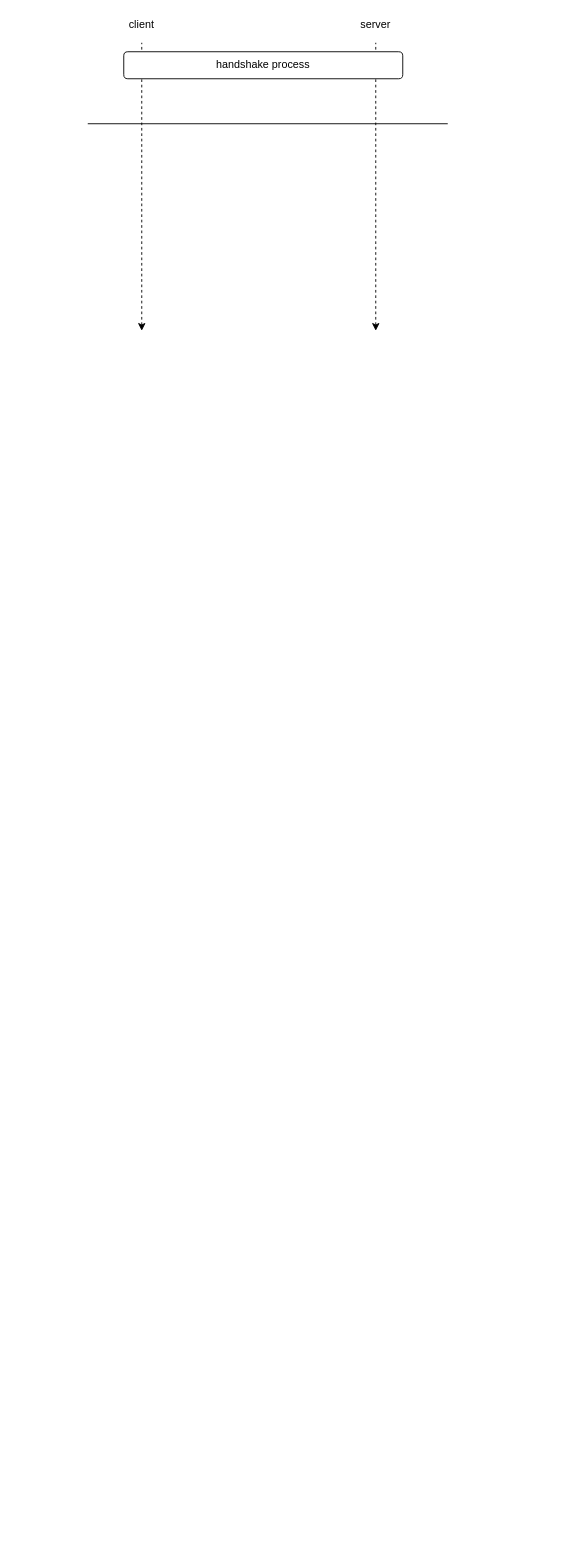
Before: connection.drawio in Cole9712/Reliable-Data-Transfer-Protocol, a draw.io diagram. Source tidied: cells renumbered, new cells numbered last; positions are measured from the earlier drawing's top-left corner, leaving out a move shared by most shapes. Both pictures are drawn from the tidied source at 90%, with x=0, y=0 at pixel (87, 15).
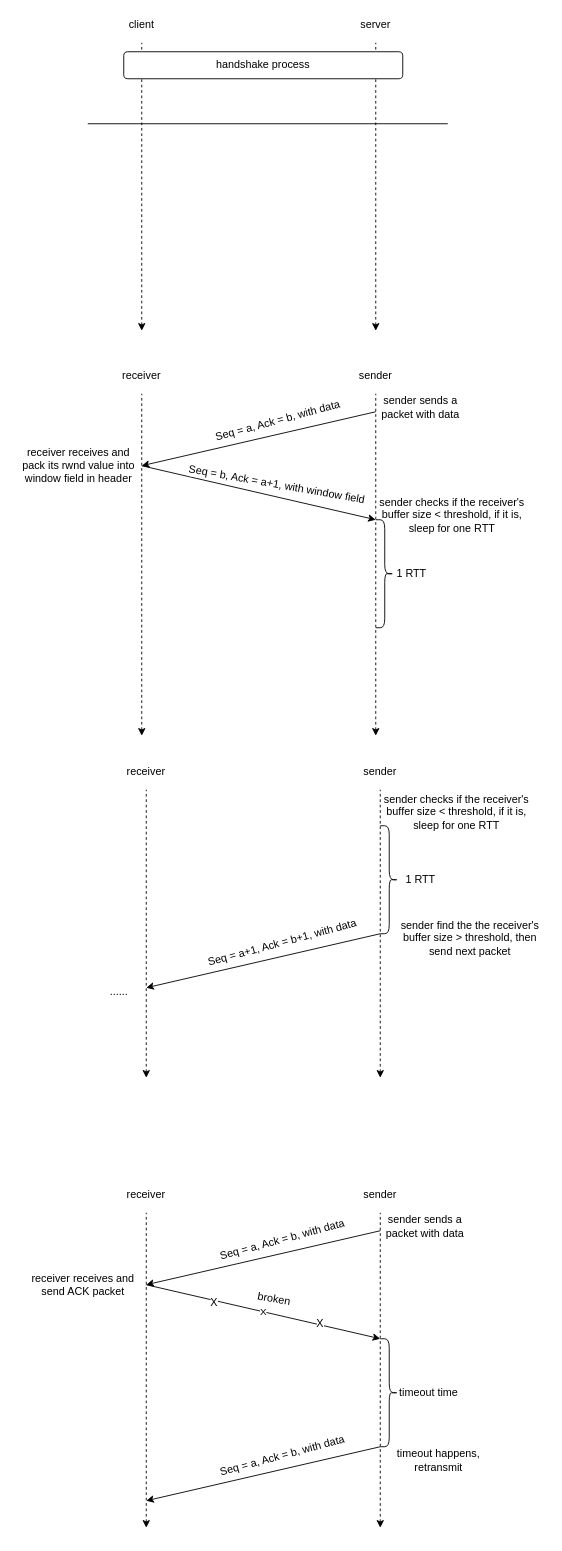
After the change.

Change to the diagram source:
```diff
@@
+    <mxCell id="8" style="endArrow=none;dashed=1;html=1;startArrow=classic;startFill=1;" parent="1" edge="1">
+      <mxGeometry relative="1" as="geometry">
+        <mxPoint x="60" y="800" as="sourcePoint" />
+        <mxPoint x="60" y="420" as="targetPoint" />
+      </mxGeometry>
+    </mxCell>
+    <mxCell id="9" style="endArrow=none;dashed=1;html=1;startArrow=classic;startFill=1;" parent="1" edge="1">
+      <mxGeometry relative="1" as="geometry">
+        <mxPoint x="320" y="800" as="sourcePoint" />
+        <mxPoint x="320" y="420" as="targetPoint" />
+      </mxGeometry>
+    </mxCell>
+    <mxCell id="10" value="receiver" style="text;html=1;strokeColor=none;fillColor=none;align=center;verticalAlign=middle;whiteSpace=wrap;rounded=0;" parent="1" vertex="1">
+      <mxGeometry x="40" y="390" width="40" height="20" as="geometry" />
+    </mxCell>
+    <mxCell id="11" value="sender" style="text;html=1;strokeColor=none;fillColor=none;align=center;verticalAlign=middle;whiteSpace=wrap;rounded=0;" parent="1" vertex="1">
+      <mxGeometry x="300" y="390" width="40" height="20" as="geometry" />
+    </mxCell>
+    <mxCell id="12" style="endArrow=classic;html=1;" parent="1" edge="1">
+      <mxGeometry relative="1" as="geometry">
+        <mxPoint x="320" y="440" as="sourcePoint" />
+        <mxPoint x="60" y="500" as="targetPoint" />
+      </mxGeometry>
+    </mxCell>
+    <mxCell id="13" value="&lt;font style=&quot;font-size: 12px;&quot;&gt;Seq = a, Ack = b, with data&lt;/font&gt;" style="edgeLabel;html=1;align=center;verticalAlign=middle;fontSize=12;rotation=-15;" parent="12" vertex="1">
+      <mxGeometry x="-0.15" y="2" relative="1" as="geometry">
+        <mxPoint x="0.4" y="-17.5" as="offset" />
+      </mxGeometry>
+    </mxCell>
+    <mxCell id="14" style="endArrow=classic;html=1;" parent="1" edge="1">
+      <mxGeometry relative="1" as="geometry">
+        <mxPoint x="60" y="500" as="sourcePoint" />
+        <mxPoint x="320" y="560" as="targetPoint" />
+      </mxGeometry>
+    </mxCell>
+    <mxCell id="15" value="&lt;font style=&quot;font-size: 12px&quot;&gt;Seq = b, Ack = a+1, with window field&lt;br style=&quot;font-size: 12px&quot;&gt;&lt;/font&gt;" style="edgeLabel;html=1;align=center;verticalAlign=middle;fontSize=12;rotation=10;" parent="1" vertex="1">
+      <mxGeometry x="210" y="520" as="geometry" />
+    </mxCell>
+    <mxCell id="16" value="sender sends a packet with data " style="text;html=1;strokeColor=none;fillColor=none;align=center;verticalAlign=middle;whiteSpace=wrap;rounded=0;fontSize=12;" parent="1" vertex="1">
+      <mxGeometry x="320" y="410" width="100" height="50" as="geometry" />
+    </mxCell>
+    <mxCell id="17" value="receiver receives and pack its rwnd value into window field in header" style="text;html=1;strokeColor=none;fillColor=none;align=center;verticalAlign=middle;whiteSpace=wrap;rounded=0;fontSize=12;" parent="1" vertex="1">
+      <mxGeometry x="-80" y="460" width="140" height="80" as="geometry" />
+    </mxCell>
+    <mxCell id="18" value="sender checks if the receiver's buffer size &amp;lt; threshold, if it is, sleep for one RTT" style="text;html=1;strokeColor=none;fillColor=none;align=center;verticalAlign=middle;whiteSpace=wrap;rounded=0;fontSize=12;" parent="1" vertex="1">
+      <mxGeometry x="320" y="530" width="170" height="50" as="geometry" />
+    </mxCell>
+    <mxCell id="19" style="shape=curlyBracket;whiteSpace=wrap;html=1;rounded=1;flipH=1;fontSize=12;size=0.5;" parent="1" vertex="1">
+      <mxGeometry x="320" y="560" width="20" height="120" as="geometry" />
+    </mxCell>
+    <mxCell id="20" value="1 RTT" style="text;html=1;strokeColor=none;fillColor=none;align=center;verticalAlign=middle;whiteSpace=wrap;rounded=0;fontSize=12;" parent="1" vertex="1">
+      <mxGeometry x="340" y="595" width="40" height="50" as="geometry" />
+    </mxCell>
+    <mxCell id="21" style="endArrow=none;dashed=1;html=1;startArrow=classic;startFill=1;" parent="1" edge="1">
+      <mxGeometry relative="1" as="geometry">
+        <mxPoint x="65" y="1180" as="sourcePoint" />
+        <mxPoint x="65" y="860" as="targetPoint" />
+      </mxGeometry>
+    </mxCell>
+    <mxCell id="22" style="endArrow=none;dashed=1;html=1;startArrow=classic;startFill=1;" parent="1" edge="1">
+      <mxGeometry relative="1" as="geometry">
+        <mxPoint x="325" y="1180" as="sourcePoint" />
+        <mxPoint x="325" y="860" as="targetPoint" />
+      </mxGeometry>
+    </mxCell>
+    <mxCell id="23" value="receiver" style="text;html=1;strokeColor=none;fillColor=none;align=center;verticalAlign=middle;whiteSpace=wrap;rounded=0;" parent="1" vertex="1">
+      <mxGeometry x="45" y="830" width="40" height="20" as="geometry" />
+    </mxCell>
+    <mxCell id="24" value="sender" style="text;html=1;strokeColor=none;fillColor=none;align=center;verticalAlign=middle;whiteSpace=wrap;rounded=0;" parent="1" vertex="1">
+      <mxGeometry x="305" y="830" width="40" height="20" as="geometry" />
+    </mxCell>
+    <mxCell id="25" value="sender checks if the receiver's buffer size &amp;lt; threshold, if it is, sleep for one RTT" style="text;html=1;strokeColor=none;fillColor=none;align=center;verticalAlign=middle;whiteSpace=wrap;rounded=0;fontSize=12;" parent="1" vertex="1">
+      <mxGeometry x="325" y="860" width="170" height="50" as="geometry" />
+    </mxCell>
+    <mxCell id="26" style="shape=curlyBracket;whiteSpace=wrap;html=1;rounded=1;flipH=1;fontSize=12;size=0.5;" parent="1" vertex="1">
+      <mxGeometry x="325" y="900" width="20" height="120" as="geometry" />
+    </mxCell>
+    <mxCell id="27" value="1 RTT" style="text;html=1;strokeColor=none;fillColor=none;align=center;verticalAlign=middle;whiteSpace=wrap;rounded=0;fontSize=12;" parent="1" vertex="1">
+      <mxGeometry x="350" y="935" width="40" height="50" as="geometry" />
+    </mxCell>
+    <mxCell id="28" value="sender find the the receiver's buffer size &amp;gt; threshold, then send next packet" style="text;html=1;strokeColor=none;fillColor=none;align=center;verticalAlign=middle;whiteSpace=wrap;rounded=0;fontSize=12;" parent="1" vertex="1">
+      <mxGeometry x="340" y="1000" width="170" height="50" as="geometry" />
+    </mxCell>
+    <mxCell id="29" style="endArrow=classic;html=1;" parent="1" edge="1">
+      <mxGeometry relative="1" as="geometry">
+        <mxPoint x="325" y="1020" as="sourcePoint" />
+        <mxPoint x="65" y="1080" as="targetPoint" />
+      </mxGeometry>
+    </mxCell>
+    <mxCell id="30" value="&lt;font style=&quot;font-size: 12px&quot;&gt;Seq = a+1, Ack = b+1, with data&lt;/font&gt;" style="edgeLabel;html=1;align=center;verticalAlign=middle;fontSize=12;rotation=-15;" parent="29" vertex="1">
+      <mxGeometry x="-0.15" y="2" relative="1" as="geometry">
+        <mxPoint x="0.4" y="-17.5" as="offset" />
+      </mxGeometry>
+    </mxCell>
+    <mxCell id="31" value="......" style="text;html=1;strokeColor=none;fillColor=none;align=center;verticalAlign=middle;whiteSpace=wrap;rounded=0;fontSize=12;" parent="1" vertex="1">
+      <mxGeometry x="-50" y="1060" width="170" height="50" as="geometry" />
+    </mxCell>
+    <mxCell id="32" style="endArrow=none;dashed=1;html=1;startArrow=classic;startFill=1;" parent="1" edge="1">
+      <mxGeometry relative="1" as="geometry">
+        <mxPoint x="65" y="1680" as="sourcePoint" />
+        <mxPoint x="65" y="1330" as="targetPoint" />
+      </mxGeometry>
+    </mxCell>
+    <mxCell id="33" style="endArrow=none;dashed=1;html=1;startArrow=classic;startFill=1;" parent="1" edge="1">
+      <mxGeometry relative="1" as="geometry">
+        <mxPoint x="325" y="1680" as="sourcePoint" />
+        <mxPoint x="325" y="1330" as="targetPoint" />
+      </mxGeometry>
+    </mxCell>
+    <mxCell id="34" value="receiver" style="text;html=1;strokeColor=none;fillColor=none;align=center;verticalAlign=middle;whiteSpace=wrap;rounded=0;" parent="1" vertex="1">
+      <mxGeometry x="45" y="1300" width="40" height="20" as="geometry" />
+    </mxCell>
+    <mxCell id="35" value="sender" style="text;html=1;strokeColor=none;fillColor=none;align=center;verticalAlign=middle;whiteSpace=wrap;rounded=0;" parent="1" vertex="1">
+      <mxGeometry x="305" y="1300" width="40" height="20" as="geometry" />
+    </mxCell>
+    <mxCell id="36" style="endArrow=classic;html=1;" parent="1" edge="1">
+      <mxGeometry relative="1" as="geometry">
+        <mxPoint x="325" y="1350" as="sourcePoint" />
+        <mxPoint x="65" y="1410" as="targetPoint" />
+      </mxGeometry>
+    </mxCell>
+    <mxCell id="37" value="&lt;font style=&quot;font-size: 12px;&quot;&gt;Seq = a, Ack = b, with data&lt;/font&gt;" style="edgeLabel;html=1;align=center;verticalAlign=middle;fontSize=12;rotation=-15;" parent="36" vertex="1">
+      <mxGeometry x="-0.15" y="2" relative="1" as="geometry">
+        <mxPoint x="0.4" y="-17.5" as="offset" />
+      </mxGeometry>
+    </mxCell>
+    <mxCell id="38" value="X" style="endArrow=classic;html=1;" parent="1" edge="1">
+      <mxGeometry relative="1" as="geometry">
+        <mxPoint x="65" y="1410" as="sourcePoint" />
+        <mxPoint x="325" y="1470" as="targetPoint" />
+      </mxGeometry>
+    </mxCell>
+    <mxCell id="39" value="X" style="edgeLabel;html=1;align=center;verticalAlign=middle;fontSize=12;" parent="38" vertex="1">
+      <mxGeometry x="0.18" y="-2" relative="1" as="geometry">
+        <mxPoint x="-78.2" y="-17.4" as="offset" />
+      </mxGeometry>
+    </mxCell>
+    <mxCell id="40" value="broken" style="edgeLabel;html=1;align=center;verticalAlign=middle;fontSize=12;rotation=10;" parent="1" vertex="1">
+      <mxGeometry x="210" y="1430" as="geometry">
+        <mxPoint x="-3.8" y="-4.4" as="offset" />
+      </mxGeometry>
+    </mxCell>
+    <mxCell id="41" value="sender sends a packet with data " style="text;html=1;strokeColor=none;fillColor=none;align=center;verticalAlign=middle;whiteSpace=wrap;rounded=0;fontSize=12;" parent="1" vertex="1">
+      <mxGeometry x="325" y="1320" width="100" height="50" as="geometry" />
+    </mxCell>
+    <mxCell id="42" value="receiver receives and send ACK packet" style="text;html=1;strokeColor=none;fillColor=none;align=center;verticalAlign=middle;whiteSpace=wrap;rounded=0;fontSize=12;" parent="1" vertex="1">
+      <mxGeometry x="-75" y="1370" width="140" height="80" as="geometry" />
+    </mxCell>
+    <mxCell id="43" value="timeout time" style="text;html=1;strokeColor=none;fillColor=none;align=center;verticalAlign=middle;whiteSpace=wrap;rounded=0;fontSize=12;" parent="1" vertex="1">
+      <mxGeometry x="345" y="1475" width="67.5" height="110" as="geometry" />
+    </mxCell>
+    <mxCell id="44" style="shape=curlyBracket;whiteSpace=wrap;html=1;rounded=1;flipH=1;fontSize=12;size=0.5;" parent="1" vertex="1">
+      <mxGeometry x="325" y="1470" width="20" height="120" as="geometry" />
+    </mxCell>
+    <mxCell id="45" value="X" style="edgeLabel;html=1;align=center;verticalAlign=middle;fontSize=12;" parent="1" vertex="1">
+      <mxGeometry x="170" y="1430" as="geometry">
+        <mxPoint x="87" y="22" as="offset" />
+      </mxGeometry>
+    </mxCell>
+    <mxCell id="46" value="timeout happens, retransmit" style="text;html=1;strokeColor=none;fillColor=none;align=center;verticalAlign=middle;whiteSpace=wrap;rounded=0;fontSize=12;" parent="1" vertex="1">
+      <mxGeometry x="340" y="1580" width="100" height="50" as="geometry" />
+    </mxCell>
+    <mxCell id="47" style="endArrow=classic;html=1;" parent="1" edge="1">
+      <mxGeometry relative="1" as="geometry">
+        <mxPoint x="325" y="1590" as="sourcePoint" />
+        <mxPoint x="65" y="1650" as="targetPoint" />
+      </mxGeometry>
+    </mxCell>
+    <mxCell id="48" value="&lt;font style=&quot;font-size: 12px;&quot;&gt;Seq = a, Ack = b, with data&lt;/font&gt;" style="edgeLabel;html=1;align=center;verticalAlign=middle;fontSize=12;rotation=-15;" parent="47" vertex="1">
+      <mxGeometry x="-0.15" y="2" relative="1" as="geometry">
+        <mxPoint x="0.4" y="-17.5" as="offset" />
+      </mxGeometry>
+    </mxCell>
```
